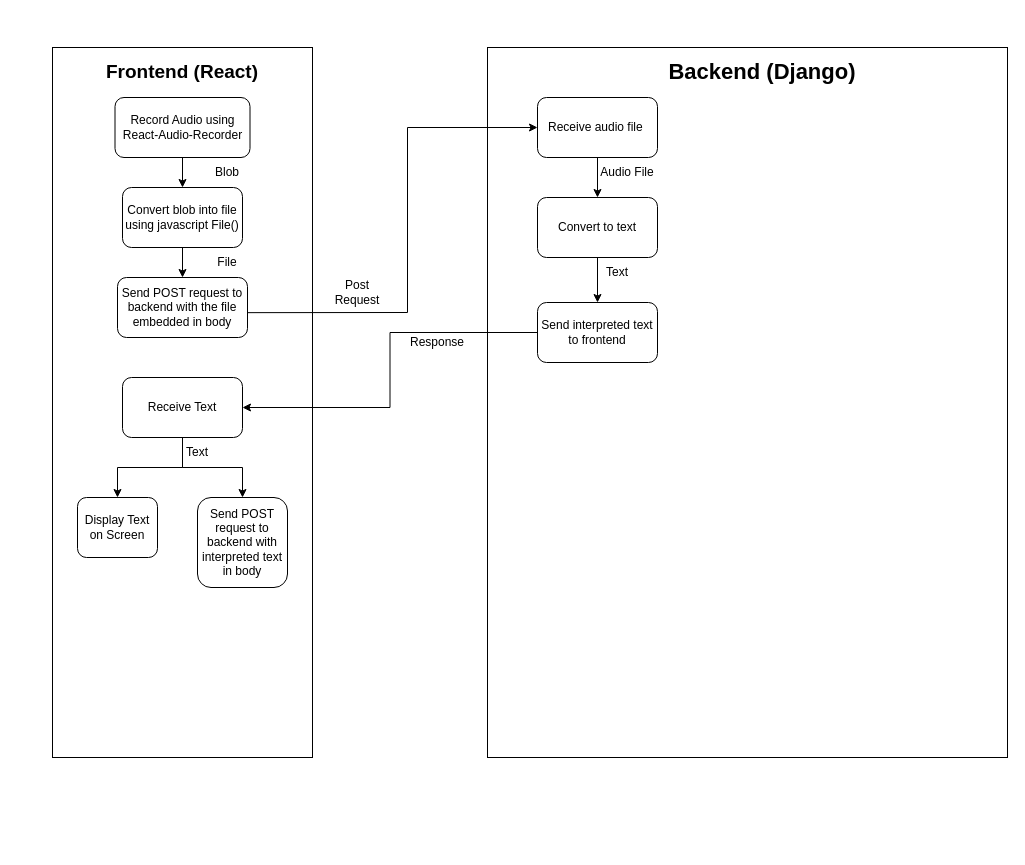
This is ad.drawio from e4stw7nd/OS-Project, a draw.io file, before an edit. Source tidied: cells renumbered, new cells numbered last; positions are measured from the earlier drawing's top-left corner, leaving out a move shared by most shapes. Both pictures are drawn from the tidied source at 100%, with x=0, y=0 at pixel (52, 47).
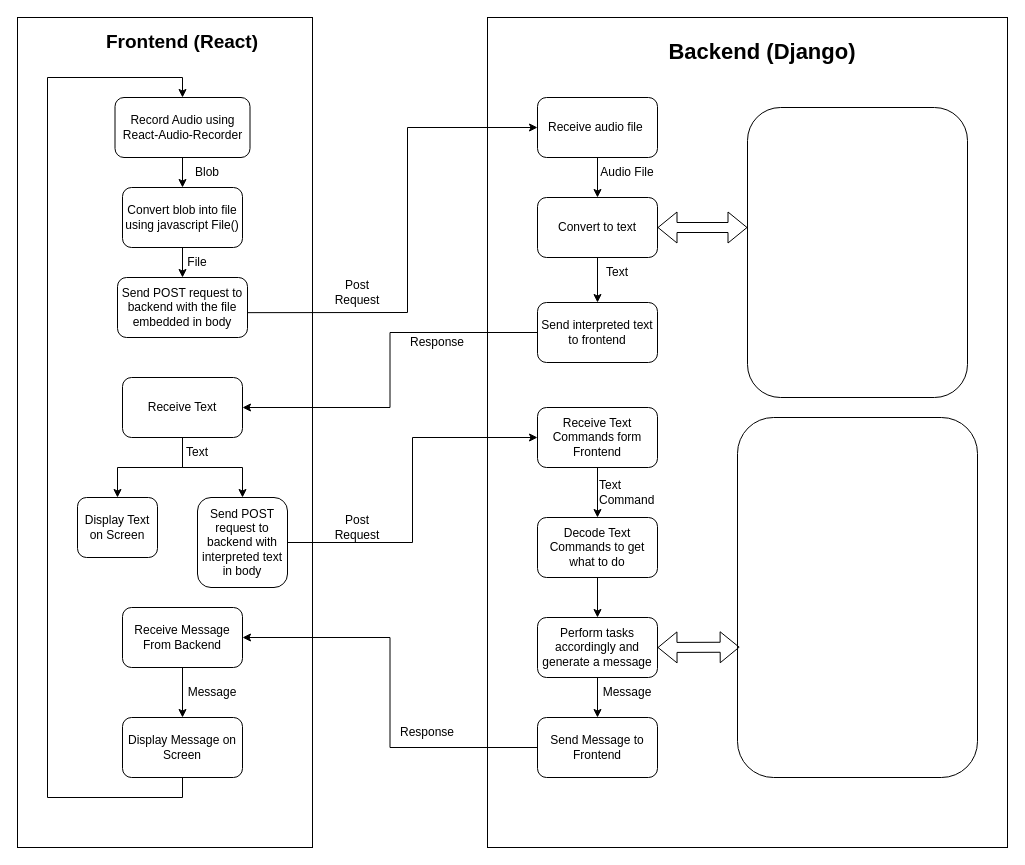
The same page after the edit.

Unchanged cells that the change refers to:
```xml
<mxCell id="4" value="Record Audio using React-Audio-Recorder" style="rounded=1;whiteSpace=wrap;html=1;" parent="1" vertex="1">
  <mxGeometry x="62.5" y="50" width="135" height="60" as="geometry" />
</mxCell>
<mxCell id="17" value="Convert to text" style="rounded=1;whiteSpace=wrap;html=1;" parent="1" vertex="1">
  <mxGeometry x="485" y="150" width="120" height="60" as="geometry" />
</mxCell>
<mxCell id="27" value="Send POST request to backend with interpreted text in body" style="rounded=1;whiteSpace=wrap;html=1;" parent="1" vertex="1">
  <mxGeometry x="145" y="450" width="90" height="90" as="geometry" />
</mxCell>
```

Change to the diagram source:
```diff
@@
     <mxCell id="2" style="rounded=0;whiteSpace=wrap;html=1;" parent="1" vertex="1">
-      <mxGeometry width="260" height="710" as="geometry" />
+      <mxGeometry x="-35" y="-30" width="295" height="830" as="geometry" />
     </mxCell>
     <mxCell id="3" value="Frontend (React)" style="text;html=1;strokeColor=none;fillColor=none;align=center;verticalAlign=middle;whiteSpace=wrap;rounded=0;fontStyle=1;fontSize=19;" parent="1" vertex="1">
-      <mxGeometry x="50" y="10" width="160" height="30" as="geometry" />
+      <mxGeometry x="50" y="-20" width="160" height="30" as="geometry" />
     </mxCell>
@@
     <mxCell id="8" value="Blob" style="text;html=1;strokeColor=none;fillColor=none;align=center;verticalAlign=middle;whiteSpace=wrap;rounded=0;" parent="1" vertex="1">
-      <mxGeometry x="145" y="110" width="60" height="30" as="geometry" />
+      <mxGeometry x="125" y="110" width="60" height="30" as="geometry" />
     </mxCell>
@@
     <mxCell id="10" value="File" style="text;html=1;strokeColor=none;fillColor=none;align=center;verticalAlign=middle;whiteSpace=wrap;rounded=0;" parent="1" vertex="1">
-      <mxGeometry x="145" y="200" width="60" height="30" as="geometry" />
+      <mxGeometry x="115" y="200" width="60" height="30" as="geometry" />
     </mxCell>
     <mxCell id="11" style="rounded=0;whiteSpace=wrap;html=1;" parent="1" vertex="1">
-      <mxGeometry x="435" width="520" height="710" as="geometry" />
+      <mxGeometry x="435" y="-30" width="520" height="830" as="geometry" />
     </mxCell>
     <mxCell id="12" value="&lt;b&gt;&lt;font style=&quot;font-size: 22px;&quot;&gt;Backend (Django)&lt;/font&gt;&lt;/b&gt;" style="text;html=1;strokeColor=none;fillColor=none;align=center;verticalAlign=middle;whiteSpace=wrap;rounded=0;" parent="1" vertex="1">
-      <mxGeometry x="575" y="10" width="270" height="30" as="geometry" />
+      <mxGeometry x="575" y="-10" width="270" height="30" as="geometry" />
     </mxCell>
@@
+    <mxCell id="30" style="edgeStyle=orthogonalEdgeStyle;rounded=0;jettySize=auto;html=1;exitX=1;exitY=0.5;exitDx=0;exitDy=0;entryX=0;entryY=0.5;entryDx=0;entryDy=0;" parent="1" edge="1" source="27" target="34">
+      <mxGeometry relative="1" as="geometry" />
+    </mxCell>
@@
+    <mxCell id="31" style="edgeStyle=orthogonalEdgeStyle;rounded=0;jettySize=auto;html=1;exitX=0.5;exitY=1;exitDx=0;exitDy=0;entryX=0.5;entryY=0;entryDx=0;entryDy=0;" parent="1" edge="1" source="32" target="37">
+      <mxGeometry relative="1" as="geometry" />
+    </mxCell>
+    <mxCell id="32" value="Decode Text Commands to get what to do" style="rounded=1;whiteSpace=wrap;html=1;" parent="1" vertex="1">
+      <mxGeometry x="485" y="470" width="120" height="60" as="geometry" />
+    </mxCell>
+    <mxCell id="33" style="edgeStyle=orthogonalEdgeStyle;rounded=0;jettySize=auto;html=1;exitX=0.5;exitY=1;exitDx=0;exitDy=0;entryX=0.5;entryY=0;entryDx=0;entryDy=0;" parent="1" edge="1" source="34" target="32">
+      <mxGeometry relative="1" as="geometry" />
+    </mxCell>
+    <mxCell id="34" value="Receive Text Commands form Frontend" style="rounded=1;whiteSpace=wrap;html=1;" parent="1" vertex="1">
+      <mxGeometry x="485" y="360" width="120" height="60" as="geometry" />
+    </mxCell>
+    <mxCell id="35" value="Text Command" style="text;html=1;strokeColor=none;fillColor=none;align=left;verticalAlign=middle;whiteSpace=wrap;rounded=0;" parent="1" vertex="1">
+      <mxGeometry x="545" y="430" width="60" height="30" as="geometry" />
+    </mxCell>
+    <mxCell id="36" style="edgeStyle=orthogonalEdgeStyle;rounded=0;jettySize=auto;html=1;exitX=0.5;exitY=1;exitDx=0;exitDy=0;entryX=0.5;entryY=0;entryDx=0;entryDy=0;" parent="1" edge="1" source="37" target="39">
+      <mxGeometry relative="1" as="geometry" />
+    </mxCell>
+    <mxCell id="37" value="Perform tasks accordingly and generate a message" style="rounded=1;whiteSpace=wrap;html=1;" parent="1" vertex="1">
+      <mxGeometry x="485" y="570" width="120" height="60" as="geometry" />
+    </mxCell>
+    <mxCell id="38" style="edgeStyle=orthogonalEdgeStyle;rounded=0;jettySize=auto;html=1;exitX=0;exitY=0.5;exitDx=0;exitDy=0;entryX=1;entryY=0.5;entryDx=0;entryDy=0;" parent="1" edge="1" source="39" target="42">
+      <mxGeometry relative="1" as="geometry" />
+    </mxCell>
+    <mxCell id="39" value="Send Message to Frontend" style="rounded=1;whiteSpace=wrap;html=1;" parent="1" vertex="1">
+      <mxGeometry x="485" y="670" width="120" height="60" as="geometry" />
+    </mxCell>
+    <mxCell id="40" value="Message" style="text;html=1;strokeColor=none;fillColor=none;align=center;verticalAlign=middle;whiteSpace=wrap;rounded=0;" parent="1" vertex="1">
+      <mxGeometry x="545" y="630" width="60" height="30" as="geometry" />
+    </mxCell>
+    <mxCell id="41" style="edgeStyle=orthogonalEdgeStyle;rounded=0;jettySize=auto;html=1;exitX=0.5;exitY=1;exitDx=0;exitDy=0;entryX=0.5;entryY=0;entryDx=0;entryDy=0;" parent="1" edge="1" source="42" target="44">
+      <mxGeometry relative="1" as="geometry" />
+    </mxCell>
+    <mxCell id="42" value="Receive Message From Backend" style="rounded=1;whiteSpace=wrap;html=1;" parent="1" vertex="1">
+      <mxGeometry x="70" y="560" width="120" height="60" as="geometry" />
+    </mxCell>
+    <mxCell id="43" style="edgeStyle=orthogonalEdgeStyle;rounded=0;jettySize=auto;html=1;exitX=0.5;exitY=1;exitDx=0;exitDy=0;entryX=0.5;entryY=0;entryDx=0;entryDy=0;" parent="1" edge="1" source="44" target="4">
+      <mxGeometry relative="1" as="geometry">
+        <Array as="points">
+          <mxPoint x="130" y="750" />
+          <mxPoint x="-5" y="750" />
+          <mxPoint x="-5" y="30" />
+          <mxPoint x="130" y="30" />
+        </Array>
+      </mxGeometry>
+    </mxCell>
+    <mxCell id="44" value="Display Message on Screen" style="rounded=1;whiteSpace=wrap;html=1;" parent="1" vertex="1">
+      <mxGeometry x="70" y="670" width="120" height="60" as="geometry" />
+    </mxCell>
+    <mxCell id="45" value="Message" style="text;html=1;strokeColor=none;fillColor=none;align=center;verticalAlign=middle;whiteSpace=wrap;rounded=0;" parent="1" vertex="1">
+      <mxGeometry x="130" y="630" width="60" height="30" as="geometry" />
+    </mxCell>
+    <mxCell id="46" value="Post Request" style="text;html=1;strokeColor=none;fillColor=none;align=center;verticalAlign=middle;whiteSpace=wrap;rounded=0;" parent="1" vertex="1">
+      <mxGeometry x="275" y="465" width="60" height="30" as="geometry" />
+    </mxCell>
+    <mxCell id="47" value="Response" style="text;html=1;strokeColor=none;fillColor=none;align=center;verticalAlign=middle;whiteSpace=wrap;rounded=0;" parent="1" vertex="1">
+      <mxGeometry x="345" y="670" width="60" height="30" as="geometry" />
+    </mxCell>
+    <mxCell id="48" style="rounded=1;whiteSpace=wrap;html=1;" parent="1" vertex="1">
+      <mxGeometry x="695" y="60" width="220" height="290" as="geometry" />
+    </mxCell>
+    <mxCell id="49" style="shape=flexArrow;endArrow=classic;startArrow=classic;html=1;rounded=0;exitX=1;exitY=0.5;exitDx=0;exitDy=0;" parent="1" edge="1" source="17">
+      <mxGeometry relative="1" as="geometry">
+        <mxPoint x="695" y="180" as="targetPoint" />
+      </mxGeometry>
+    </mxCell>
+    <mxCell id="50" style="rounded=1;whiteSpace=wrap;html=1;" parent="1" vertex="1">
+      <mxGeometry x="685" y="370" width="240" height="360" as="geometry" />
+    </mxCell>
+    <mxCell id="51" style="shape=flexArrow;endArrow=classic;startArrow=classic;html=1;rounded=0;exitX=1;exitY=0.5;exitDx=0;exitDy=0;entryX=0.009;entryY=0.638;entryDx=0;entryDy=0;entryPerimeter=0;" parent="1" edge="1" source="37" target="50">
+      <mxGeometry relative="1" as="geometry" />
+    </mxCell>
```
